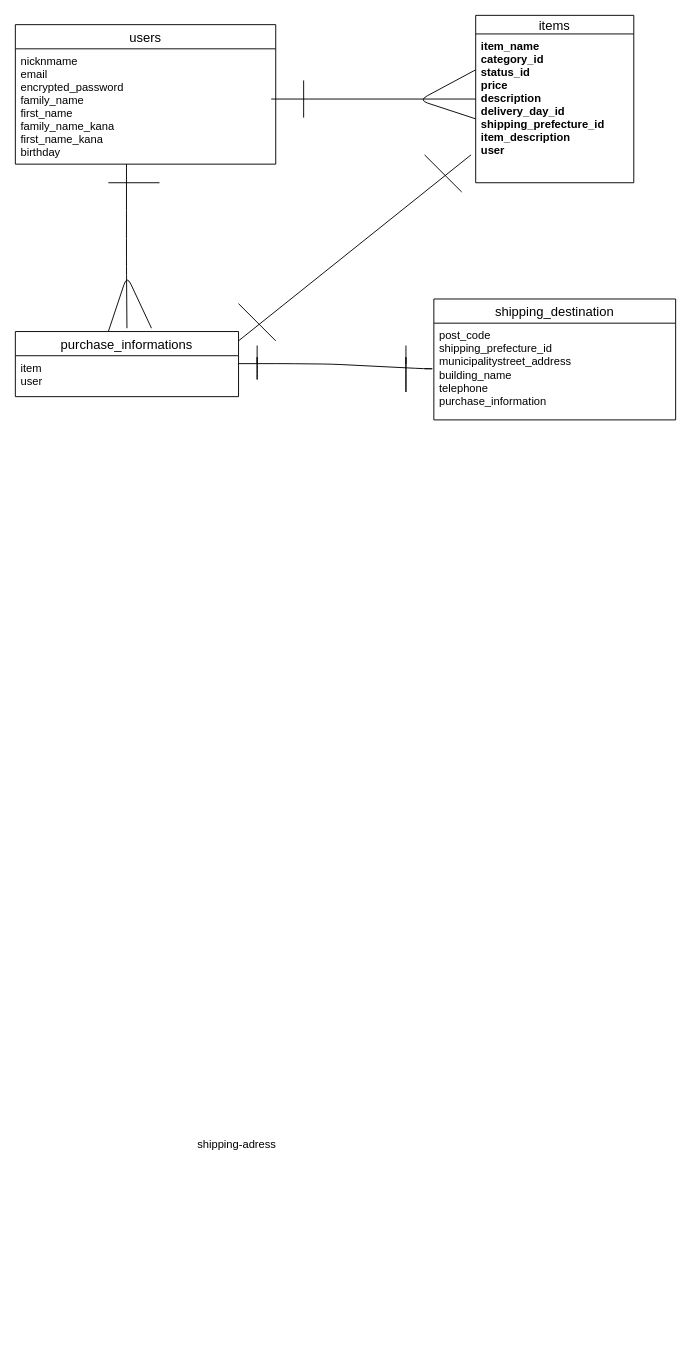
Before: ER.dio in srho1212/furima-41247, a draw.io diagram. Source tidied: cells renumbered, new cells numbered last; positions are measured from the earlier drawing's top-left corner, leaving out a move shared by most shapes. Both pictures are drawn from the tidied source at 93%, with x=0, y=0 at pixel (15, 15).
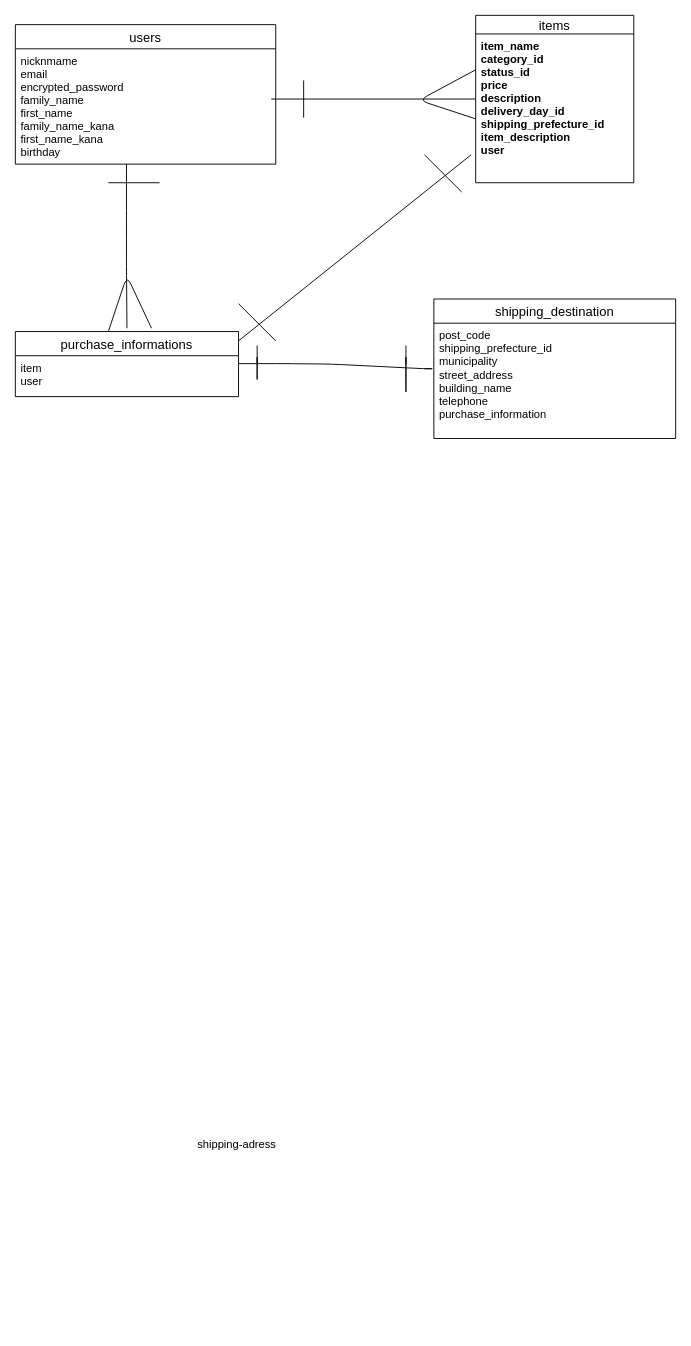
The same page after the edit.

Diff of the diagram source:
```diff
@@
     <mxCell id="6" value="shipping_destination" style="swimlane;fontStyle=0;horizontal=1;startSize=26;align=center;fontSize=14;" parent="1" vertex="1">
-      <mxGeometry x="450" y="305" width="260" height="130" as="geometry" />
+      <mxGeometry x="450" y="305" width="260" height="150" as="geometry" />
     </mxCell>
-    <mxCell id="7" value="post_code&#10;shipping_prefecture_id &#10;municipalitystreet_address&#10;building_name&#10;telephone&#10;purchase_information &#10;" style="text;strokeColor=none;fillColor=none;spacingLeft=4;spacingRight=4;overflow=hidden;fontSize=12;" parent="6" vertex="1">
-      <mxGeometry y="26" width="260" height="104" as="geometry" />
+    <mxCell id="7" value="post_code&#10;shipping_prefecture_id &#10;municipality&#10;street_address&#10;building_name&#10;telephone&#10;purchase_information &#10;" style="text;strokeColor=none;fillColor=none;spacingLeft=4;spacingRight=4;overflow=hidden;fontSize=12;" parent="6" vertex="1">
+      <mxGeometry y="26" width="260" height="124" as="geometry" />
     </mxCell>
```
